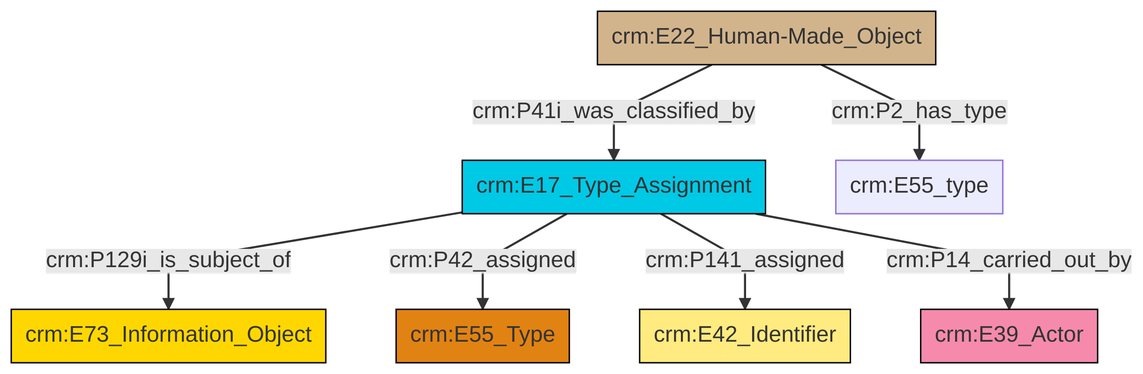
Above: et/builtWorkCSV/ttl/mmd/png/Built_Work_designation_status.png in swiss-art-research-net/reference-data-models (Mermaid), before the change. Its source is kept beside it as et/builtWorkCSV/ttl/mmd/Built_Work_designation_status.ttl.mmd.
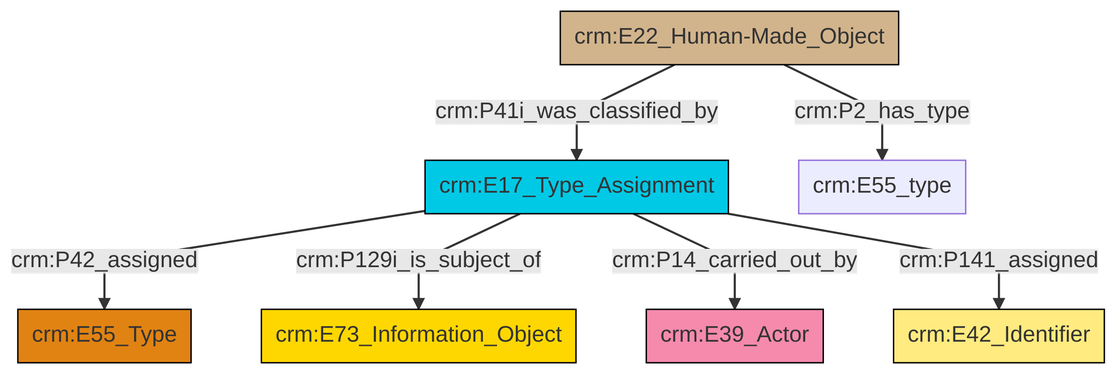
Later version of the same file.

Diff of the diagram source:
```diff
@@ -13,9 +13,9 @@
 classDef PC_Classes fill:#4ce600, stroke:#000000;
 classDef Multi fill:#cccccc,stroke:#000000;
 
-0["crm:E17_Type_Assignment"]:::Temporal_Entity -->|crm:P129i_is_subject_of| 4["crm:E73_Information_Object"]:::Conceptual_Object
-0["crm:E17_Type_Assignment"]:::Temporal_Entity -->|crm:P42_assigned| 2["crm:E55_Type"]:::Type
-9["crm:E22_Human-Made_Object"]:::Physical_Thing -->|crm:P41i_was_classified_by| 0["crm:E17_Type_Assignment"]:::Temporal_Entity
-0["crm:E17_Type_Assignment"]:::Temporal_Entity -->|crm:P141_assigned| 5["crm:E42_Identifier"]:::Appellation
-0["crm:E17_Type_Assignment"]:::Temporal_Entity -->|crm:P14_carried_out_by| 10["crm:E39_Actor"]:::Actor
-9["crm:E22_Human-Made_Object"]:::Physical_Thing -->|crm:P2_has_type| 11["crm:E55_type"]:::Default
+2["crm:E17_Type_Assignment"]:::Temporal_Entity -->|crm:P42_assigned| 3["crm:E55_Type"]:::Type
+2["crm:E17_Type_Assignment"]:::Temporal_Entity -->|crm:P129i_is_subject_of| 4["crm:E73_Information_Object"]:::Conceptual_Object
+5["crm:E22_Human-Made_Object"]:::Physical_Thing -->|crm:P2_has_type| 6["crm:E55_type"]:::Default
+5["crm:E22_Human-Made_Object"]:::Physical_Thing -->|crm:P41i_was_classified_by| 2["crm:E17_Type_Assignment"]:::Temporal_Entity
+2["crm:E17_Type_Assignment"]:::Temporal_Entity -->|crm:P14_carried_out_by| 10["crm:E39_Actor"]:::Actor
+2["crm:E17_Type_Assignment"]:::Temporal_Entity -->|crm:P141_assigned| 0["crm:E42_Identifier"]:::Appellation
```
